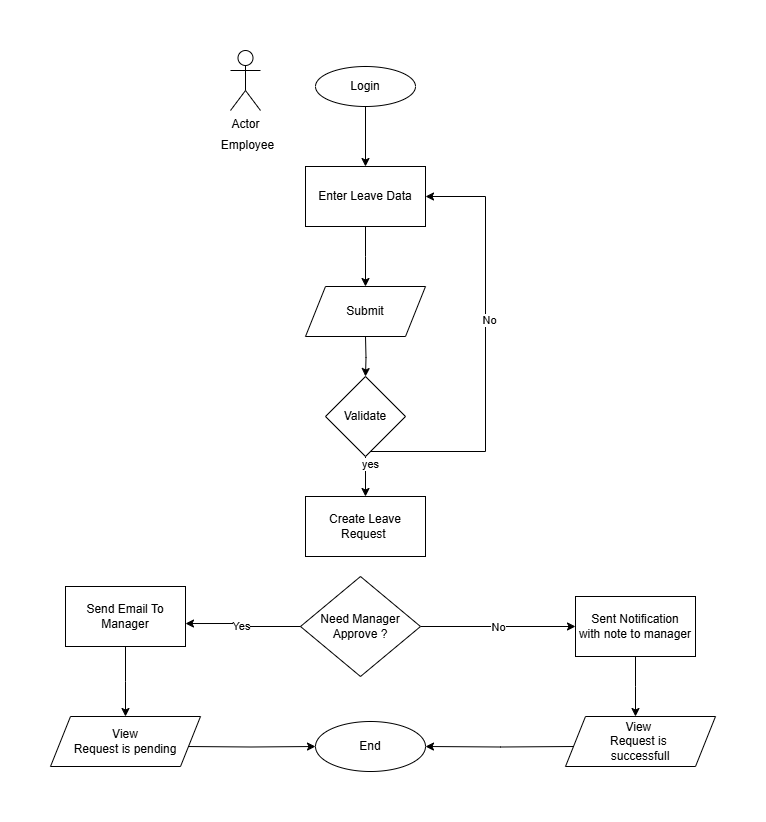
This is Flow_Chart/VTS_Edit_Request.png from tahermostafafarghal/Vacation-Tracking-System, a draw.io export, as it was before one commit. Source tidied: cells renumbered, new cells last; positions are measured from the earlier drawing's top-left corner, leaving out a move shared by most shapes. Source of this version:
```xml
<mxGraphModel>
  <root>
    <mxCell id="0" />
    <mxCell id="1" parent="0" />
    <mxCell id="2" style="edgeStyle=orthogonalEdgeStyle;rounded=0;jettySize=auto;html=1;" parent="1" edge="1" source="3" target="5">
      <mxGeometry relative="1" as="geometry" />
    </mxCell>
    <mxCell id="3" value="Login" style="ellipse;whiteSpace=wrap;html=1;" parent="1" vertex="1">
      <mxGeometry x="265" y="16" width="100" height="40" as="geometry" />
    </mxCell>
    <mxCell id="4" style="edgeStyle=orthogonalEdgeStyle;rounded=0;jettySize=auto;html=1;" parent="1" edge="1" source="5">
      <mxGeometry relative="1" as="geometry">
        <mxPoint x="315" y="236" as="targetPoint" />
      </mxGeometry>
    </mxCell>
    <mxCell id="5" value="Enter Leave Data" style="whiteSpace=wrap;html=1;" parent="1" vertex="1">
      <mxGeometry x="255" y="116" width="120" height="60" as="geometry" />
    </mxCell>
    <mxCell id="6" style="edgeStyle=orthogonalEdgeStyle;rounded=0;jettySize=auto;html=1;" parent="1" edge="1" target="11">
      <mxGeometry relative="1" as="geometry">
        <mxPoint x="315" y="286" as="sourcePoint" />
      </mxGeometry>
    </mxCell>
    <mxCell id="7" style="edgeStyle=orthogonalEdgeStyle;rounded=0;jettySize=auto;html=1;entryX=1;entryY=0.5;entryDx=0;entryDy=0;" parent="1" edge="1" source="11" target="5">
      <mxGeometry relative="1" as="geometry">
        <Array as="points">
          <mxPoint x="435" y="401" />
          <mxPoint x="435" y="146" />
        </Array>
      </mxGeometry>
    </mxCell>
    <mxCell id="8" value="No" style="edgeLabel;html=1;align=center;verticalAlign=middle;" parent="7" vertex="1">
      <mxGeometry x="0.15" y="-3" relative="1" as="geometry" />
    </mxCell>
    <mxCell id="9" style="edgeStyle=orthogonalEdgeStyle;rounded=0;jettySize=auto;html=1;entryX=0.5;entryY=0;entryDx=0;entryDy=0;" parent="1" edge="1" source="11" target="12">
      <mxGeometry relative="1" as="geometry" />
    </mxCell>
    <mxCell id="10" value="yes" style="edgeLabel;html=1;align=center;verticalAlign=middle;" parent="9" vertex="1">
      <mxGeometry x="-0.66" y="4" relative="1" as="geometry" />
    </mxCell>
    <mxCell id="11" value="Validate" style="rhombus;whiteSpace=wrap;html=1;" parent="1" vertex="1">
      <mxGeometry x="275" y="326" width="80" height="80" as="geometry" />
    </mxCell>
    <mxCell id="12" value="Create Leave Request&amp;nbsp;" style="whiteSpace=wrap;html=1;" parent="1" vertex="1">
      <mxGeometry x="255" y="446" width="120" height="60" as="geometry" />
    </mxCell>
    <mxCell id="13" style="edgeStyle=orthogonalEdgeStyle;rounded=0;jettySize=auto;html=1;" parent="1" edge="1" source="14">
      <mxGeometry relative="1" as="geometry">
        <mxPoint x="75" y="666" as="targetPoint" />
      </mxGeometry>
    </mxCell>
    <mxCell id="14" value="Send Email To&lt;div&gt;Manager&lt;/div&gt;" style="whiteSpace=wrap;html=1;" parent="1" vertex="1">
      <mxGeometry x="15" y="536" width="120" height="60" as="geometry" />
    </mxCell>
    <mxCell id="15" style="edgeStyle=orthogonalEdgeStyle;rounded=0;jettySize=auto;html=1;exitX=1;exitY=0.5;exitDx=0;exitDy=0;entryX=0;entryY=0.5;entryDx=0;entryDy=0;" parent="1" edge="1" source="17" target="21">
      <mxGeometry relative="1" as="geometry" />
    </mxCell>
    <mxCell id="16" value="No" style="edgeLabel;html=1;align=center;verticalAlign=middle;" parent="15" vertex="1">
      <mxGeometry x="-0.01" relative="1" as="geometry" />
    </mxCell>
    <mxCell id="17" value="Need Manager&lt;div&gt;Approve ?&lt;/div&gt;" style="rhombus;whiteSpace=wrap;html=1;" parent="1" vertex="1">
      <mxGeometry x="250" y="526" width="120" height="100" as="geometry" />
    </mxCell>
    <mxCell id="18" style="edgeStyle=orthogonalEdgeStyle;rounded=0;jettySize=auto;html=1;exitX=0;exitY=0.5;exitDx=0;exitDy=0;entryX=1;entryY=0.617;entryDx=0;entryDy=0;entryPerimeter=0;" parent="1" edge="1" source="17" target="14">
      <mxGeometry relative="1" as="geometry" />
    </mxCell>
    <mxCell id="19" value="Yes" style="edgeLabel;html=1;align=center;verticalAlign=middle;" parent="18" vertex="1">
      <mxGeometry x="0.07" y="2" relative="1" as="geometry" />
    </mxCell>
    <mxCell id="20" style="edgeStyle=orthogonalEdgeStyle;rounded=0;jettySize=auto;html=1;entryX=0.5;entryY=0;entryDx=0;entryDy=0;" parent="1" edge="1" source="21">
      <mxGeometry relative="1" as="geometry">
        <mxPoint x="585" y="666" as="targetPoint" />
      </mxGeometry>
    </mxCell>
    <mxCell id="21" value="Sent Notification&lt;br&gt;with note to manager" style="whiteSpace=wrap;html=1;" parent="1" vertex="1">
      <mxGeometry x="525" y="546" width="120" height="60" as="geometry" />
    </mxCell>
    <mxCell id="22" style="edgeStyle=orthogonalEdgeStyle;rounded=0;jettySize=auto;html=1;" parent="1" edge="1" target="23">
      <mxGeometry relative="1" as="geometry">
        <mxPoint x="525" y="696" as="sourcePoint" />
      </mxGeometry>
    </mxCell>
    <mxCell id="23" value="End" style="ellipse;whiteSpace=wrap;html=1;" parent="1" vertex="1">
      <mxGeometry x="265" y="671" width="110" height="50" as="geometry" />
    </mxCell>
    <mxCell id="24" style="edgeStyle=orthogonalEdgeStyle;rounded=0;jettySize=auto;html=1;entryX=0;entryY=0.5;entryDx=0;entryDy=0;" parent="1" edge="1" target="23">
      <mxGeometry relative="1" as="geometry">
        <mxPoint x="135" y="696" as="sourcePoint" />
      </mxGeometry>
    </mxCell>
    <mxCell id="25" value="Submit" style="shape=parallelogram;perimeter=parallelogramPerimeter;whiteSpace=wrap;html=1;fixedSize=1;" parent="1" vertex="1">
      <mxGeometry x="255" y="236" width="120" height="50" as="geometry" />
    </mxCell>
    <mxCell id="26" value="View&lt;br&gt;Request is pending" style="shape=parallelogram;perimeter=parallelogramPerimeter;whiteSpace=wrap;html=1;fixedSize=1;" parent="1" vertex="1">
      <mxGeometry y="666" width="150" height="50" as="geometry" />
    </mxCell>
    <mxCell id="27" value="View&amp;nbsp;&lt;br&gt;Request is&amp;nbsp;&lt;br&gt;successfull" style="shape=parallelogram;perimeter=parallelogramPerimeter;whiteSpace=wrap;html=1;fixedSize=1;" parent="1" vertex="1">
      <mxGeometry x="515" y="666" width="150" height="50" as="geometry" />
    </mxCell>
    <mxCell id="28" value="Actor" style="shape=umlActor;verticalLabelPosition=bottom;verticalAlign=top;html=1;" parent="1" vertex="1">
      <mxGeometry x="180" width="30" height="60" as="geometry" />
    </mxCell>
    <mxCell id="29" value="Employee" style="text;html=1;align=center;verticalAlign=middle;strokeColor=none;fillColor=none;" parent="1" vertex="1">
      <mxGeometry x="157" y="80" width="80" height="30" as="geometry" />
    </mxCell>
  </root>
</mxGraphModel>
```
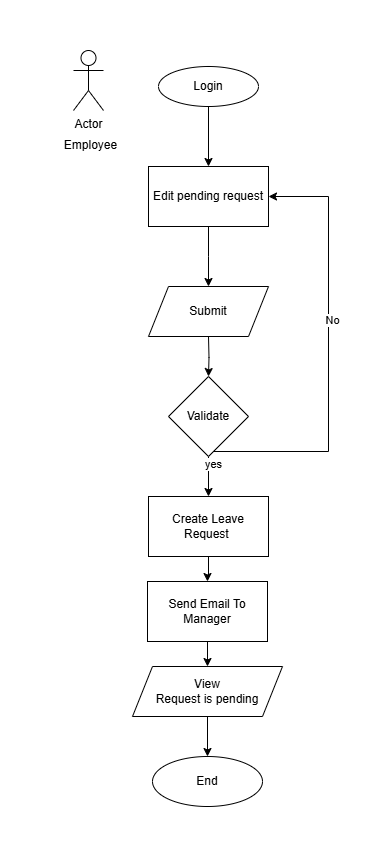
The same file after the commit.

What changed in the source:
```diff
@@ -13,7 +13,7 @@
         <mxPoint x="315" y="236" as="targetPoint" />
       </mxGeometry>
     </mxCell>
-    <mxCell id="5" value="Enter Leave Data" style="whiteSpace=wrap;html=1;" parent="1" vertex="1">
+    <mxCell id="5" value="Edit pending request" style="whiteSpace=wrap;html=1;" parent="1" vertex="1">
       <mxGeometry x="255" y="116" width="120" height="60" as="geometry" />
     </mxCell>
     <mxCell id="6" style="edgeStyle=orthogonalEdgeStyle;rounded=0;jettySize=auto;html=1;" parent="1" edge="1" target="11">
@@ -41,62 +41,33 @@
     <mxCell id="11" value="Validate" style="rhombus;whiteSpace=wrap;html=1;" parent="1" vertex="1">
       <mxGeometry x="275" y="326" width="80" height="80" as="geometry" />
     </mxCell>
+    <mxCell id="30" style="edgeStyle=orthogonalEdgeStyle;rounded=0;jettySize=auto;html=1;entryX=0.5;entryY=0;entryDx=0;entryDy=0;" parent="1" edge="1" source="12" target="14">
+      <mxGeometry relative="1" as="geometry" />
+    </mxCell>
     <mxCell id="12" value="Create Leave Request&amp;nbsp;" style="whiteSpace=wrap;html=1;" parent="1" vertex="1">
       <mxGeometry x="255" y="446" width="120" height="60" as="geometry" />
     </mxCell>
-    <mxCell id="13" style="edgeStyle=orthogonalEdgeStyle;rounded=0;jettySize=auto;html=1;" parent="1" edge="1" source="14">
+    <mxCell id="13" style="edgeStyle=orthogonalEdgeStyle;rounded=0;orthogonalLoop=1;jettySize=auto;html=1;" parent="1" edge="1">
       <mxGeometry relative="1" as="geometry">
-        <mxPoint x="75" y="666" as="targetPoint" />
+        <mxPoint x="314" y="546" as="sourcePoint" />
+        <mxPoint x="314" y="616" as="targetPoint" />
       </mxGeometry>
     </mxCell>
     <mxCell id="14" value="Send Email To&lt;div&gt;Manager&lt;/div&gt;" style="whiteSpace=wrap;html=1;" parent="1" vertex="1">
-      <mxGeometry x="15" y="536" width="120" height="60" as="geometry" />
+      <mxGeometry x="254" y="531" width="120" height="60" as="geometry" />
     </mxCell>
-    <mxCell id="15" style="edgeStyle=orthogonalEdgeStyle;rounded=0;jettySize=auto;html=1;exitX=1;exitY=0.5;exitDx=0;exitDy=0;entryX=0;entryY=0.5;entryDx=0;entryDy=0;" parent="1" edge="1" source="17" target="21">
-      <mxGeometry relative="1" as="geometry" />
-    </mxCell>
-    <mxCell id="16" value="No" style="edgeLabel;html=1;align=center;verticalAlign=middle;" parent="15" vertex="1">
-      <mxGeometry x="-0.01" relative="1" as="geometry" />
-    </mxCell>
-    <mxCell id="17" value="Need Manager&lt;div&gt;Approve ?&lt;/div&gt;" style="rhombus;whiteSpace=wrap;html=1;" parent="1" vertex="1">
-      <mxGeometry x="250" y="526" width="120" height="100" as="geometry" />
-    </mxCell>
-    <mxCell id="18" style="edgeStyle=orthogonalEdgeStyle;rounded=0;jettySize=auto;html=1;exitX=0;exitY=0.5;exitDx=0;exitDy=0;entryX=1;entryY=0.617;entryDx=0;entryDy=0;entryPerimeter=0;" parent="1" edge="1" source="17" target="14">
-      <mxGeometry relative="1" as="geometry" />
-    </mxCell>
-    <mxCell id="19" value="Yes" style="edgeLabel;html=1;align=center;verticalAlign=middle;" parent="18" vertex="1">
-      <mxGeometry x="0.07" y="2" relative="1" as="geometry" />
-    </mxCell>
-    <mxCell id="20" style="edgeStyle=orthogonalEdgeStyle;rounded=0;jettySize=auto;html=1;entryX=0.5;entryY=0;entryDx=0;entryDy=0;" parent="1" edge="1" source="21">
-      <mxGeometry relative="1" as="geometry">
-        <mxPoint x="585" y="666" as="targetPoint" />
-      </mxGeometry>
-    </mxCell>
-    <mxCell id="21" value="Sent Notification&lt;br&gt;with note to manager" style="whiteSpace=wrap;html=1;" parent="1" vertex="1">
-      <mxGeometry x="525" y="546" width="120" height="60" as="geometry" />
-    </mxCell>
-    <mxCell id="22" style="edgeStyle=orthogonalEdgeStyle;rounded=0;jettySize=auto;html=1;" parent="1" edge="1" target="23">
-      <mxGeometry relative="1" as="geometry">
-        <mxPoint x="525" y="696" as="sourcePoint" />
-      </mxGeometry>
-    </mxCell>
     <mxCell id="23" value="End" style="ellipse;whiteSpace=wrap;html=1;" parent="1" vertex="1">
-      <mxGeometry x="265" y="671" width="110" height="50" as="geometry" />
+      <mxGeometry x="259" y="706" width="110" height="50" as="geometry" />
     </mxCell>
-    <mxCell id="24" style="edgeStyle=orthogonalEdgeStyle;rounded=0;jettySize=auto;html=1;entryX=0;entryY=0.5;entryDx=0;entryDy=0;" parent="1" edge="1" target="23">
-      <mxGeometry relative="1" as="geometry">
-        <mxPoint x="135" y="696" as="sourcePoint" />
-      </mxGeometry>
-    </mxCell>
     <mxCell id="25" value="Submit" style="shape=parallelogram;perimeter=parallelogramPerimeter;whiteSpace=wrap;html=1;fixedSize=1;" parent="1" vertex="1">
       <mxGeometry x="255" y="236" width="120" height="50" as="geometry" />
     </mxCell>
+    <mxCell id="31" style="edgeStyle=orthogonalEdgeStyle;rounded=0;jettySize=auto;html=1;entryX=0.5;entryY=0;entryDx=0;entryDy=0;" parent="1" edge="1" source="26" target="23">
+      <mxGeometry relative="1" as="geometry" />
+    </mxCell>
     <mxCell id="26" value="View&lt;br&gt;Request is pending" style="shape=parallelogram;perimeter=parallelogramPerimeter;whiteSpace=wrap;html=1;fixedSize=1;" parent="1" vertex="1">
-      <mxGeometry y="666" width="150" height="50" as="geometry" />
+      <mxGeometry x="239" y="616" width="150" height="50" as="geometry" />
     </mxCell>
-    <mxCell id="27" value="View&amp;nbsp;&lt;br&gt;Request is&amp;nbsp;&lt;br&gt;successfull" style="shape=parallelogram;perimeter=parallelogramPerimeter;whiteSpace=wrap;html=1;fixedSize=1;" parent="1" vertex="1">
-      <mxGeometry x="515" y="666" width="150" height="50" as="geometry" />
-    </mxCell>
     <mxCell id="28" value="Actor" style="shape=umlActor;verticalLabelPosition=bottom;verticalAlign=top;html=1;" parent="1" vertex="1">
       <mxGeometry x="180" width="30" height="60" as="geometry" />
     </mxCell>
```
